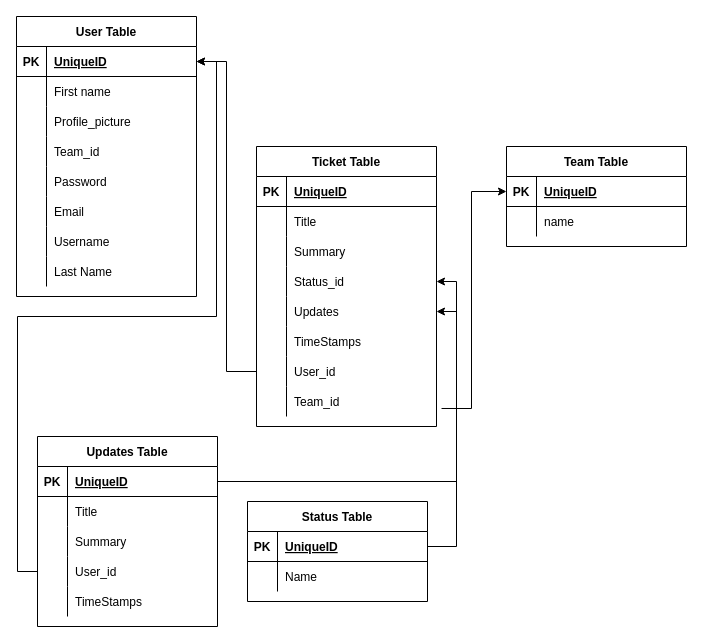
Before: database/Amadeus Diagram.drawio in TashanDuncan/Amadeus, a draw.io diagram. Source tidied: cells renumbered, new cells numbered last; positions are measured from the earlier drawing's top-left corner, leaving out a move shared by most shapes. Both pictures are drawn from the tidied source at 100%, with x=0, y=0 at pixel (16, 16).
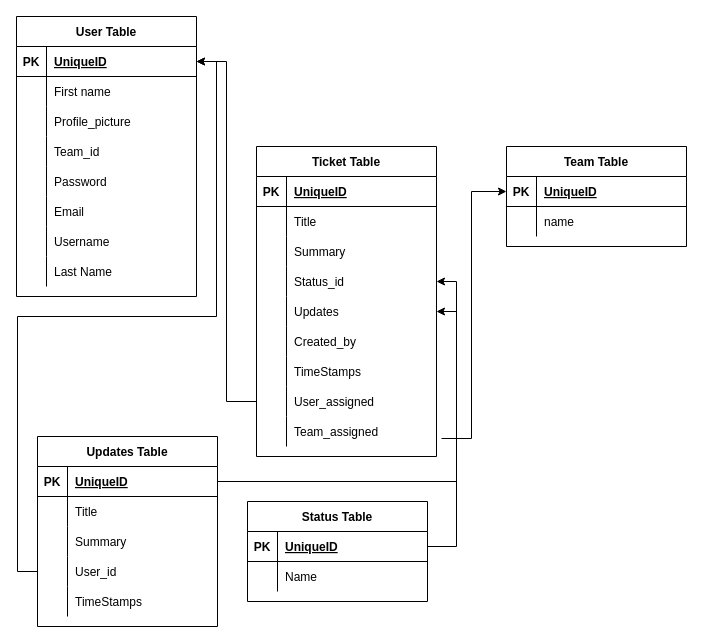
After the change.

What changed in the source:
```diff
@@
     <mxCell id="28" value="Ticket Table" style="shape=table;startSize=30;childLayout=tableLayout;rowLines=0;fontStyle=1;align=center;" parent="1" vertex="1">
-      <mxGeometry x="240" y="130" width="180" height="280" as="geometry" />
+      <mxGeometry x="240" y="130" width="180" height="310" as="geometry" />
     </mxCell>
@@
+    <mxCell id="87" style="shape=tableRow;horizontal=0;startSize=0;swimlaneHead=0;swimlaneBody=0;fillColor=none;top=0;left=0;right=0;bottom=0;" parent="28" vertex="1">
+      <mxGeometry y="180" width="180" height="30" as="geometry" />
+    </mxCell>
+    <mxCell id="88" style="shape=partialRectangle;fillColor=none;top=0;left=0;bottom=0;right=0;overflow=hidden;" parent="87" vertex="1">
+      <mxGeometry width="30" height="30" as="geometry" />
+    </mxCell>
+    <mxCell id="89" value="Created_by" style="shape=partialRectangle;fillColor=none;top=0;left=0;bottom=0;right=0;align=left;spacingLeft=6;overflow=hidden;" parent="87" vertex="1">
+      <mxGeometry x="30" width="150" height="30" as="geometry" />
+    </mxCell>
     <mxCell id="44" style="shape=tableRow;horizontal=0;startSize=0;swimlaneHead=0;swimlaneBody=0;fillColor=none;top=0;left=0;right=0;bottom=0;" parent="28" vertex="1">
-      <mxGeometry y="180" width="180" height="30" as="geometry" />
+      <mxGeometry y="210" width="180" height="30" as="geometry" />
     </mxCell>
@@
     <mxCell id="47" style="shape=tableRow;horizontal=0;startSize=0;swimlaneHead=0;swimlaneBody=0;fillColor=none;points=[[0,0.5],[1,0.5]];portConstraint=eastwest;top=0;left=0;right=0;bottom=0;" parent="28" vertex="1">
-      <mxGeometry y="210" width="180" height="30" as="geometry" />
+      <mxGeometry y="240" width="180" height="30" as="geometry" />
     </mxCell>
@@
-    <mxCell id="49" value="User_id" style="shape=partialRectangle;fillColor=none;top=0;left=0;bottom=0;right=0;align=left;spacingLeft=6;overflow=hidden;" parent="47" vertex="1">
+    <mxCell id="49" value="User_assigned" style="shape=partialRectangle;fillColor=none;top=0;left=0;bottom=0;right=0;align=left;spacingLeft=6;overflow=hidden;" parent="47" vertex="1">
       <mxGeometry x="30" width="150" height="30" as="geometry" />
     </mxCell>
     <mxCell id="50" style="shape=tableRow;horizontal=0;startSize=0;swimlaneHead=0;swimlaneBody=0;fillColor=none;points=[[0,0.5],[1,0.5]];portConstraint=eastwest;top=0;left=0;right=0;bottom=0;" parent="28" vertex="1">
-      <mxGeometry y="240" width="180" height="30" as="geometry" />
+      <mxGeometry y="270" width="180" height="30" as="geometry" />
     </mxCell>
@@
-    <mxCell id="52" value="Team_id" style="shape=partialRectangle;fillColor=none;top=0;left=0;bottom=0;right=0;align=left;spacingLeft=6;overflow=hidden;" parent="50" vertex="1">
+    <mxCell id="52" value="Team_assigned" style="shape=partialRectangle;fillColor=none;top=0;left=0;bottom=0;right=0;align=left;spacingLeft=6;overflow=hidden;" parent="50" vertex="1">
       <mxGeometry x="30" width="150" height="30" as="geometry" />
     </mxCell>
```
